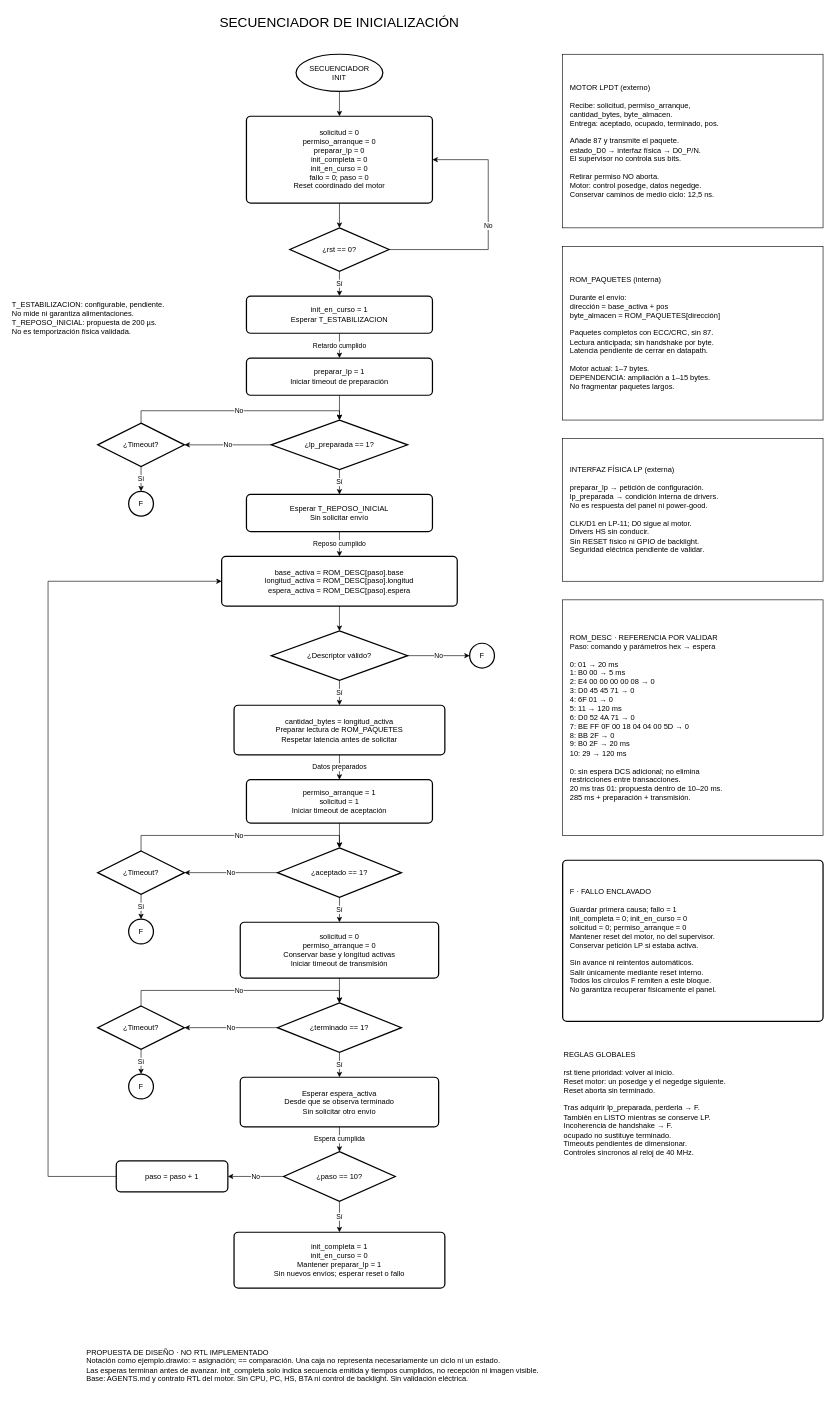
digital-un-2026-2/FPGBC_pantalla keeps this draw.io diagram as page "SECUENCIADOR_INIT" (1 of 3) of secuenciador_init/docs/SECUENCIADOR_INIT.drawio. Above is the earlier version. Source tidied: cells renumbered, new cells numbered last; positions are measured from the earlier drawing's top-left corner, leaving out a move shared by most shapes. Both pictures are drawn from the tidied source at 62%, with x=0, y=0 at pixel (11, 11).
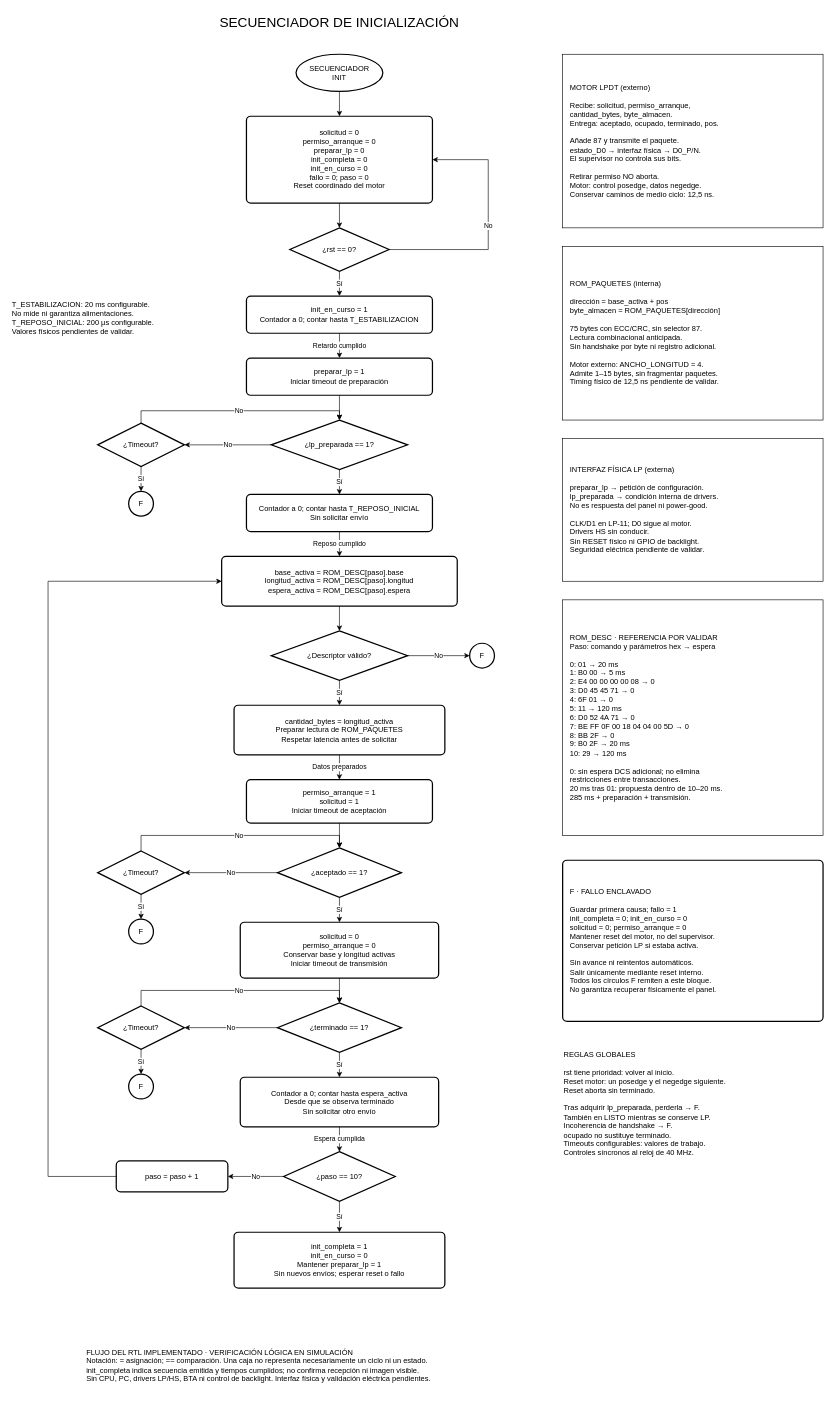
After the change.

The edit, as a diff of the source:
```diff
@@
-    <mxCell id="6" value="init_en_curso = 1&lt;br&gt;Esperar T_ESTABILIZACION" style="rounded=1;whiteSpace=wrap;html=1;absoluteArcSize=1;arcSize=14;strokeWidth=2;" parent="1" vertex="1">
+    <mxCell id="6" value="init_en_curso = 1&lt;br&gt;Contador a 0; contar hasta T_ESTABILIZACION" style="rounded=1;whiteSpace=wrap;html=1;absoluteArcSize=1;arcSize=14;strokeWidth=2;" parent="1" vertex="1">
       <mxGeometry x="380" y="460" width="300" height="60" as="geometry" />
     </mxCell>
@@
-    <mxCell id="9" value="Esperar T_REPOSO_INICIAL&lt;br&gt;Sin solicitar envío" style="rounded=1;whiteSpace=wrap;html=1;absoluteArcSize=1;arcSize=14;strokeWidth=2;" parent="1" vertex="1">
+    <mxCell id="9" value="Contador a 0; contar hasta T_REPOSO_INICIAL&lt;br&gt;Sin solicitar envío" style="rounded=1;whiteSpace=wrap;html=1;absoluteArcSize=1;arcSize=14;strokeWidth=2;" parent="1" vertex="1">
       <mxGeometry x="380" y="780" width="300" height="60" as="geometry" />
     </mxCell>
@@
-    <mxCell id="17" value="Esperar espera_activa&lt;br&gt;Desde que se observa terminado&lt;br&gt;Sin solicitar otro envío" style="rounded=1;whiteSpace=wrap;html=1;absoluteArcSize=1;arcSize=14;strokeWidth=2;" parent="1" vertex="1">
+    <mxCell id="17" value="Contador a 0; contar hasta espera_activa&lt;br&gt;Desde que se observa terminado&lt;br&gt;Sin solicitar otro envío" style="rounded=1;whiteSpace=wrap;html=1;absoluteArcSize=1;arcSize=14;strokeWidth=2;" parent="1" vertex="1">
       <mxGeometry x="370" y="1720" width="320" height="80" as="geometry" />
     </mxCell>
@@
-    <mxCell id="29" value="ROM_PAQUETES (interna)&lt;br&gt;&lt;br&gt;Durante el envío:&lt;br&gt;dirección = base_activa + pos&lt;br&gt;byte_almacen = ROM_PAQUETES[dirección]&lt;br&gt;&lt;br&gt;Paquetes completos con ECC/CRC, sin 87.&lt;br&gt;Lectura anticipada; sin handshake por byte.&lt;br&gt;Latencia pendiente de cerrar en datapath.&lt;br&gt;&lt;br&gt;Motor actual: 1–7 bytes.&lt;br&gt;DEPENDENCIA: ampliación a 1–15 bytes.&lt;br&gt;No fragmentar paquetes largos." style="whiteSpace=wrap;html=1;align=left;spacing=12;" parent="1" vertex="1">
+    <mxCell id="29" value="ROM_PAQUETES (interna)&lt;br&gt;&lt;br&gt;dirección = base_activa + pos&lt;br&gt;byte_almacen = ROM_PAQUETES[dirección]&lt;br&gt;&lt;br&gt;75 bytes con ECC/CRC, sin selector 87.&lt;br&gt;Lectura combinacional anticipada.&lt;br&gt;Sin handshake por byte ni registro adicional.&lt;br&gt;&lt;br&gt;Motor externo: ANCHO_LONGITUD = 4.&lt;br&gt;Admite 1–15 bytes, sin fragmentar paquetes.&lt;br&gt;Timing físico de 12,5 ns pendiente de validar." style="whiteSpace=wrap;html=1;align=left;spacing=12;" parent="1" vertex="1">
       <mxGeometry x="890" y="380" width="420" height="280" as="geometry" />
     </mxCell>
@@
-    <mxCell id="33" value="REGLAS GLOBALES&lt;br&gt;&lt;br&gt;rst tiene prioridad: volver al inicio.&lt;br&gt;Reset motor: un posedge y el negedge siguiente.&lt;br&gt;Reset aborta sin terminado.&lt;br&gt;&lt;br&gt;Tras adquirir lp_preparada, perderla → F.&lt;br&gt;También en LISTO mientras se conserve LP.&lt;br&gt;Incoherencia de handshake → F.&lt;br&gt;ocupado no sustituye terminado.&lt;br&gt;Timeouts pendientes de dimensionar.&lt;br&gt;Controles síncronos al reloj de 40 MHz." style="text;html=1;whiteSpace=wrap;align=left;verticalAlign=top;" parent="1" vertex="1">
+    <mxCell id="33" value="REGLAS GLOBALES&lt;br&gt;&lt;br&gt;rst tiene prioridad: volver al inicio.&lt;br&gt;Reset motor: un posedge y el negedge siguiente.&lt;br&gt;Reset aborta sin terminado.&lt;br&gt;&lt;br&gt;Tras adquirir lp_preparada, perderla → F.&lt;br&gt;También en LISTO mientras se conserve LP.&lt;br&gt;Incoherencia de handshake → F.&lt;br&gt;ocupado no sustituye terminado.&lt;br&gt;Timeouts configurables: valores de trabajo.&lt;br&gt;Controles síncronos al reloj de 40 MHz." style="text;html=1;whiteSpace=wrap;align=left;verticalAlign=top;" parent="1" vertex="1">
       <mxGeometry x="890" y="1670" width="420" height="240" as="geometry" />
     </mxCell>
-    <mxCell id="34" value="T_ESTABILIZACION: configurable, pendiente.&lt;br&gt;No mide ni garantiza alimentaciones.&lt;br&gt;T_REPOSO_INICIAL: propuesta de 200 µs.&lt;br&gt;No es temporización física validada." style="text;html=1;whiteSpace=wrap;align=left;" parent="1" vertex="1">
+    <mxCell id="34" value="T_ESTABILIZACION: 20 ms configurable.&lt;br&gt;No mide ni garantiza alimentaciones.&lt;br&gt;T_REPOSO_INICIAL: 200 µs configurable.&lt;br&gt;Valores físicos pendientes de validar." style="text;html=1;whiteSpace=wrap;align=left;" parent="1" vertex="1">
       <mxGeometry y="460" width="290" height="100" as="geometry" />
     </mxCell>
-    <mxCell id="35" value="PROPUESTA DE DISEÑO · NO RTL IMPLEMENTADO&lt;br&gt;Notación como ejemplo.drawio: = asignación; == comparación. Una caja no representa necesariamente un ciclo ni un estado.&lt;br&gt;Las esperas terminan antes de avanzar. init_completa solo indica secuencia emitida y tiempos cumplidos, no recepción ni imagen visible.&lt;br&gt;Base: AGENTS.md y contrato RTL del motor. Sin CPU, PC, HS, BTA ni control de backlight. Sin validación eléctrica." style="text;html=1;whiteSpace=wrap;align=left;" parent="1" vertex="1">
+    <mxCell id="35" value="FLUJO DEL RTL IMPLEMENTADO · VERIFICACIÓN LÓGICA EN SIMULACIÓN&lt;br&gt;Notación: = asignación; == comparación. Una caja no representa necesariamente un ciclo ni un estado.&lt;br&gt;init_completa indica secuencia emitida y tiempos cumplidos; no confirma recepción ni imagen visible.&lt;br&gt;Sin CPU, PC, drivers LP/HS, BTA ni control de backlight. Interfaz física y validación eléctrica pendientes." style="text;html=1;whiteSpace=wrap;align=left;" parent="1" vertex="1">
       <mxGeometry x="120" y="2150" width="1190" height="110" as="geometry" />
     </mxCell>
```
